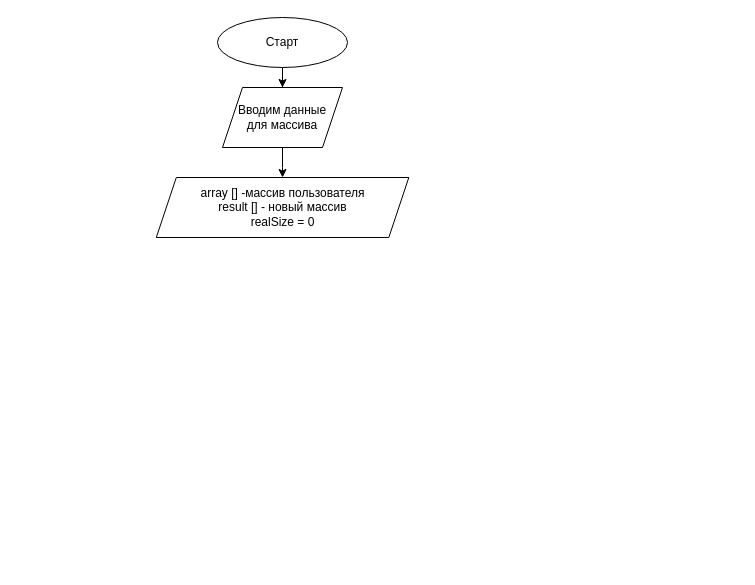
The draw.io diagram FWMD/Диаграмма без названия.drawio in YanaBobrova/FinalWork, before the edit. Source tidied: cells renumbered, new cells numbered last; positions are measured from the earlier drawing's top-left corner, leaving out a move shared by most shapes. Both pictures are drawn from the tidied source at 100%, with x=0, y=0 at pixel (156, 17).
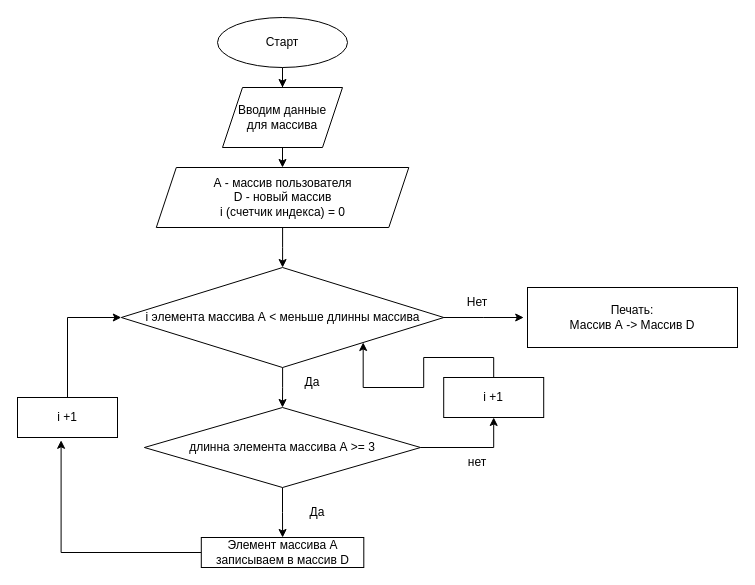
Above is the later version.

Diff of the diagram source:
```diff
@@
+    <mxCell id="7" style="edgeStyle=orthogonalEdgeStyle;rounded=0;jettySize=auto;html=1;" parent="1" edge="1" source="6" target="10">
+      <mxGeometry relative="1" as="geometry" />
+    </mxCell>
-    <mxCell id="6" value="array [] -массив пользователя&lt;br&gt;result [] - новый массив&lt;br&gt;realSize = 0" style="shape=parallelogram;perimeter=parallelogramPerimeter;whiteSpace=wrap;html=1;fixedSize=1;" parent="1" vertex="1">
-      <mxGeometry x="-0.2" y="160" width="252.5" height="60" as="geometry" />
+    <mxCell id="6" value="А - массив пользователя&lt;br&gt;D - новый массив&lt;br&gt;i (счетчик индекса) = 0" style="shape=parallelogram;perimeter=parallelogramPerimeter;whiteSpace=wrap;html=1;fixedSize=1;" parent="1" vertex="1">
+      <mxGeometry x="-0.2" y="150" width="252.5" height="60" as="geometry" />
     </mxCell>
+    <mxCell id="8" style="edgeStyle=orthogonalEdgeStyle;rounded=0;jettySize=auto;html=1;" parent="1" edge="1" source="10" target="13">
+      <mxGeometry relative="1" as="geometry" />
+    </mxCell>
+    <mxCell id="9" style="edgeStyle=orthogonalEdgeStyle;rounded=0;jettySize=auto;html=1;" parent="1" edge="1" source="10">
+      <mxGeometry relative="1" as="geometry">
+        <mxPoint x="367.2" y="300" as="targetPoint" />
+      </mxGeometry>
+    </mxCell>
+    <mxCell id="10" value="i элемента массива А &amp;lt; меньше длинны массива" style="rhombus;whiteSpace=wrap;html=1;" parent="1" vertex="1">
+      <mxGeometry x="-35.2" y="250" width="322.5" height="100" as="geometry" />
+    </mxCell>
+    <mxCell id="11" style="edgeStyle=orthogonalEdgeStyle;rounded=0;jettySize=auto;html=1;" parent="1" edge="1" source="13" target="19">
+      <mxGeometry relative="1" as="geometry" />
+    </mxCell>
+    <mxCell id="12" style="edgeStyle=orthogonalEdgeStyle;rounded=0;jettySize=auto;html=1;entryX=0.5;entryY=1;entryDx=0;entryDy=0;" parent="1" edge="1" source="13" target="23">
+      <mxGeometry relative="1" as="geometry" />
+    </mxCell>
+    <mxCell id="13" value="длинна элемента массива А &amp;gt;= 3" style="rhombus;whiteSpace=wrap;html=1;" parent="1" vertex="1">
+      <mxGeometry x="-12.1" y="390" width="276.2" height="80" as="geometry" />
+    </mxCell>
+    <mxCell id="14" value="Да" style="text;html=1;strokeColor=none;fillColor=none;align=center;verticalAlign=middle;whiteSpace=wrap;rounded=0;" parent="1" vertex="1">
+      <mxGeometry x="126" y="350" width="60" height="30" as="geometry" />
+    </mxCell>
+    <mxCell id="15" value="Да" style="text;html=1;strokeColor=none;fillColor=none;align=center;verticalAlign=middle;whiteSpace=wrap;rounded=0;" parent="1" vertex="1">
+      <mxGeometry x="131" y="480" width="60" height="30" as="geometry" />
+    </mxCell>
+    <mxCell id="16" value="Нет" style="text;html=1;strokeColor=none;fillColor=none;align=center;verticalAlign=middle;whiteSpace=wrap;rounded=0;" parent="1" vertex="1">
+      <mxGeometry x="291" y="270" width="60" height="30" as="geometry" />
+    </mxCell>
+    <mxCell id="17" value="Печать:&lt;br&gt;Массив А -&amp;gt; Массив D" style="rounded=0;whiteSpace=wrap;html=1;" parent="1" vertex="1">
+      <mxGeometry x="371" y="270" width="210" height="60" as="geometry" />
+    </mxCell>
+    <mxCell id="18" style="edgeStyle=orthogonalEdgeStyle;rounded=0;jettySize=auto;html=1;exitX=0;exitY=0.5;exitDx=0;exitDy=0;entryX=0.436;entryY=1.07;entryDx=0;entryDy=0;entryPerimeter=0;" parent="1" edge="1" source="19" target="21">
+      <mxGeometry relative="1" as="geometry" />
+    </mxCell>
+    <mxCell id="19" value="Элемент массива А записываем в массив D" style="whiteSpace=wrap;html=1;" parent="1" vertex="1">
+      <mxGeometry x="44.8" y="520" width="162.5" height="30" as="geometry" />
+    </mxCell>
+    <mxCell id="20" style="edgeStyle=orthogonalEdgeStyle;rounded=0;jettySize=auto;html=1;exitX=0.5;exitY=0;exitDx=0;exitDy=0;entryX=0;entryY=0.5;entryDx=0;entryDy=0;" parent="1" edge="1" source="21" target="10">
+      <mxGeometry relative="1" as="geometry" />
+    </mxCell>
+    <mxCell id="21" value="i +1" style="rounded=0;whiteSpace=wrap;html=1;" parent="1" vertex="1">
+      <mxGeometry x="-139" y="380" width="100" height="40" as="geometry" />
+    </mxCell>
+    <mxCell id="22" style="edgeStyle=orthogonalEdgeStyle;rounded=0;jettySize=auto;html=1;exitX=0.5;exitY=0;exitDx=0;exitDy=0;entryX=1;entryY=1;entryDx=0;entryDy=0;" parent="1" edge="1" source="23" target="10">
+      <mxGeometry relative="1" as="geometry" />
+    </mxCell>
+    <mxCell id="23" value="i +1" style="rounded=0;whiteSpace=wrap;html=1;" parent="1" vertex="1">
+      <mxGeometry x="287.2" y="360" width="100" height="40" as="geometry" />
+    </mxCell>
+    <mxCell id="24" value="нет" style="text;html=1;strokeColor=none;fillColor=none;align=center;verticalAlign=middle;whiteSpace=wrap;rounded=0;" parent="1" vertex="1">
+      <mxGeometry x="291" y="430" width="60" height="30" as="geometry" />
+    </mxCell>
```
